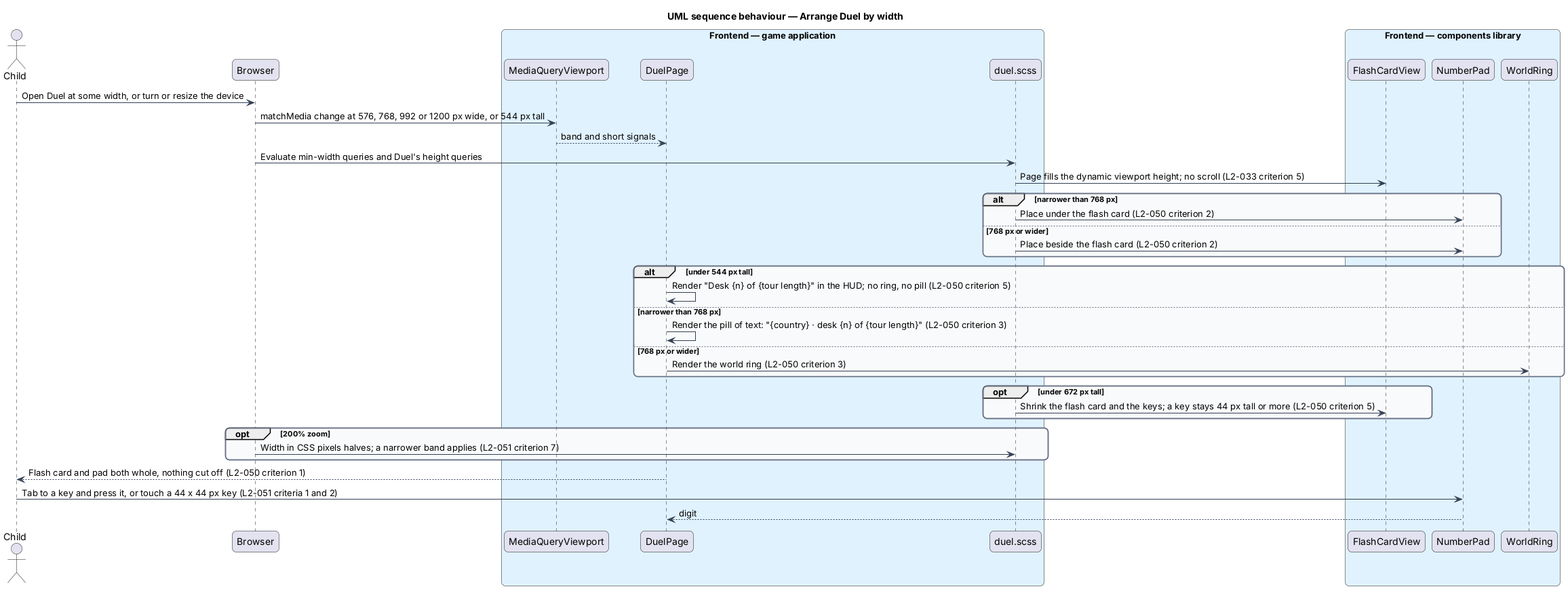
Above: docs/detailed-designs/platform/show-every-screen-to-everyone/diagrams/sequence-arrange-duel-by-width.png in QuinntyneBrown/around-the-world (PlantUML), before the change. Its source is kept beside it as docs/detailed-designs/platform/show-every-screen-to-everyone/diagrams/sequence-arrange-duel-by-width.puml. Its diagram source:
```plantuml
@startuml
title UML sequence behaviour — Arrange Duel by width
skinparam backgroundColor #FFFFFF
skinparam shadowing false
skinparam roundcorner 12
skinparam defaultFontName Arial
skinparam ArrowColor #344054
skinparam rectangle {
  BorderColor #344054
  FontColor #101828
}
skinparam package {
  BorderColor #667085
  FontColor #101828
  BackgroundColor #F9FAFB
}
actor "Child" as actor
participant "Browser" as browser
box "Frontend — game application" #E0F2FE
  participant "MediaQueryViewport" as viewport
  participant "DuelPage" as duel
  participant "duel.scss" as css
end box
box "Frontend — components library" #E0F2FE
  participant "FlashCardView" as card
  participant "NumberPad" as pad
  participant "WorldRing" as ring
end box
actor -> browser : Open Duel at some width, or turn or resize the device
browser -> viewport : matchMedia change at 576, 768, 992 or 1200 px wide, or 544 px tall
viewport --> duel : band and short signals
browser -> css : Evaluate min-width queries and Duel's height queries
css -> card : Page fills the dynamic viewport height; no scroll (L2-033 criterion 5)
alt narrower than 768 px
  css -> pad : Place under the flash card (L2-050 criterion 2)
else 768 px or wider
  css -> pad : Place beside the flash card (L2-050 criterion 2)
end
alt under 544 px tall
  duel -> duel : Render "Desk {n} of {tour length}" in the HUD; no ring, no pill (L2-050 criterion 5)
else narrower than 768 px
  duel -> duel : Render the pill of text: "{country} · desk {n} of {tour length}" (L2-050 criterion 3)
else 768 px or wider
  duel -> ring : Render the world ring (L2-050 criterion 3)
end
opt under 672 px tall
  css -> card : Shrink the flash card and the keys; a key stays 44 px tall or more (L2-050 criterion 5)
end
opt 200% zoom
  browser -> css : Width in CSS pixels halves; a narrower band applies (L2-051 criterion 7)
end
duel --> actor : Flash card and pad both whole, nothing cut off (L2-050 criterion 1)
actor -> pad : Tab to a key and press it, or touch a 44 x 44 px key (L2-051 criteria 1 and 2)
pad --> duel : digit
@enduml
```
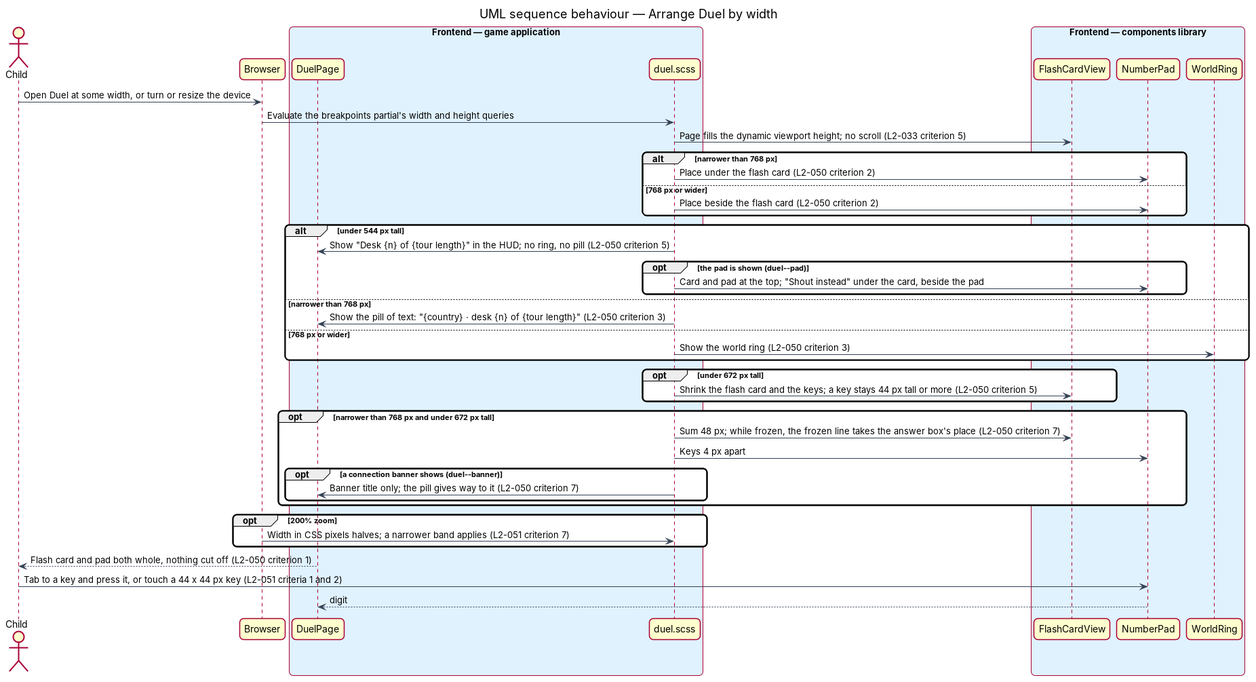
After the commit.

What changed in the source:
```diff
@@ -17,7 +17,6 @@
 actor "Child" as actor
 participant "Browser" as browser
 box "Frontend — game application" #E0F2FE
-  participant "MediaQueryViewport" as viewport
   participant "DuelPage" as duel
   participant "duel.scss" as css
 end box
@@ -27,9 +26,7 @@
   participant "WorldRing" as ring
 end box
 actor -> browser : Open Duel at some width, or turn or resize the device
-browser -> viewport : matchMedia change at 576, 768, 992 or 1200 px wide, or 544 px tall
-viewport --> duel : band and short signals
-browser -> css : Evaluate min-width queries and Duel's height queries
+browser -> css : Evaluate the breakpoints partial's width and height queries
 css -> card : Page fills the dynamic viewport height; no scroll (L2-033 criterion 5)
 alt narrower than 768 px
   css -> pad : Place under the flash card (L2-050 criterion 2)
@@ -37,14 +34,24 @@
   css -> pad : Place beside the flash card (L2-050 criterion 2)
 end
 alt under 544 px tall
-  duel -> duel : Render "Desk {n} of {tour length}" in the HUD; no ring, no pill (L2-050 criterion 5)
+  css -> duel : Show "Desk {n} of {tour length}" in the HUD; no ring, no pill (L2-050 criterion 5)
+  opt the pad is shown (duel--pad)
+    css -> pad : Card and pad at the top; "Shout instead" under the card, beside the pad
+  end
 else narrower than 768 px
-  duel -> duel : Render the pill of text: "{country} · desk {n} of {tour length}" (L2-050 criterion 3)
+  css -> duel : Show the pill of text: "{country} · desk {n} of {tour length}" (L2-050 criterion 3)
 else 768 px or wider
-  duel -> ring : Render the world ring (L2-050 criterion 3)
+  css -> ring : Show the world ring (L2-050 criterion 3)
 end
 opt under 672 px tall
   css -> card : Shrink the flash card and the keys; a key stays 44 px tall or more (L2-050 criterion 5)
+end
+opt narrower than 768 px and under 672 px tall
+  css -> card : Sum 48 px; while frozen, the frozen line takes the answer box's place (L2-050 criterion 7)
+  css -> pad : Keys 4 px apart
+  opt a connection banner shows (duel--banner)
+    css -> duel : Banner title only; the pill gives way to it (L2-050 criterion 7)
+  end
 end
 opt 200% zoom
   browser -> css : Width in CSS pixels halves; a narrower band applies (L2-051 criterion 7)
```
